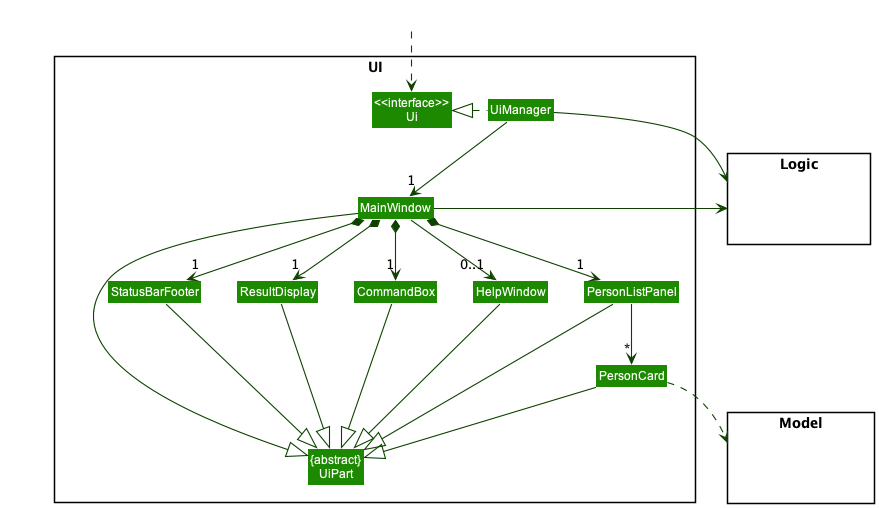
Before: docs/images/UiPhotos/UiClassDiagram.png, a diagram exported from PlantUML (nus-cs2103-AY2122S2/tp).
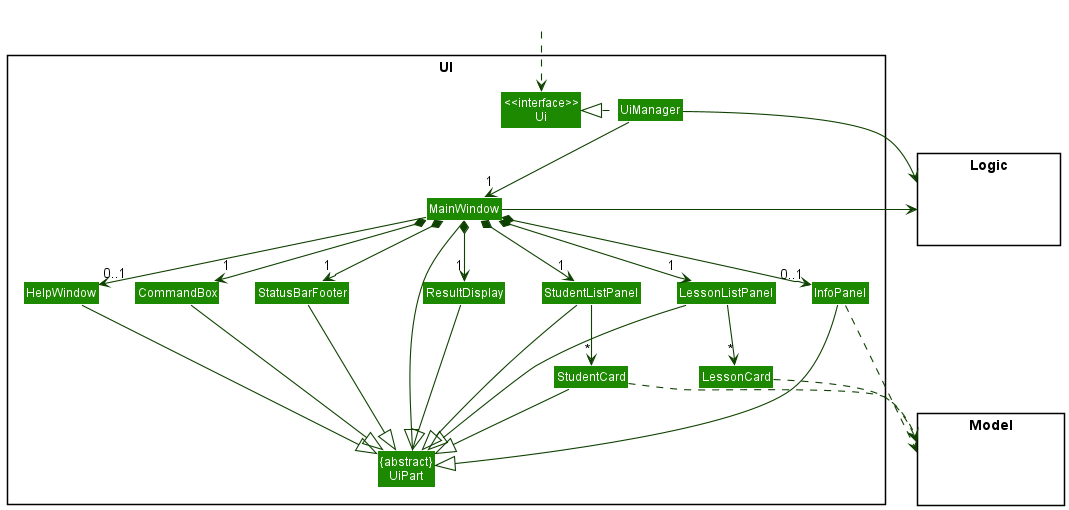
After the commit.

Commit message:
Update DG with new UI design overview Update build.gradle to allow assertions in testing and normal run Update UiClassDiagram.puml with new classes

Diff of the diagram source:
```diff
@@ -11,10 +11,13 @@
 Class MainWindow
 Class HelpWindow
 Class ResultDisplay
-Class PersonListPanel
-Class PersonCard
+Class StudentListPanel
+Class StudentCard
+Class LessonListPanel
+Class LessonCard
 Class StatusBarFooter
 Class CommandBox
+Class InfoPanel
 }
 
 package Model <<Rectangle>> {
@@ -32,29 +35,39 @@
 UiManager -down-> "1" MainWindow
 MainWindow *-down->  "1" CommandBox
 MainWindow *-down-> "1" ResultDisplay
-MainWindow *-down-> "1" PersonListPanel
+MainWindow *-down-> "1" StudentListPanel
+MainWindow *-down-> "1" LessonListPanel
 MainWindow *-down-> "1" StatusBarFooter
 MainWindow --> "0..1" HelpWindow
+MainWindow *-down-> "0..1" InfoPanel
 
-PersonListPanel -down-> "*" PersonCard
+StudentListPanel -down-> "*" StudentCard
+LessonListPanel -down-> "*" LessonCard
+
 
 MainWindow -left-|> UiPart
 
 ResultDisplay --|> UiPart
 CommandBox --|> UiPart
-PersonListPanel --|> UiPart
-PersonCard --|> UiPart
+StudentListPanel --|> UiPart
+LessonListPanel --|> UiPart
+StudentCard --|> UiPart
 StatusBarFooter --|> UiPart
 HelpWindow --|> UiPart
+InfoPanel --|> UiPart
 
-PersonCard ..> Model
+StudentCard ..> Model
+LessonCard ..> Model
+InfoPanel ..> Model
 UiManager -right-> Logic
 MainWindow -left-> Logic
 
-PersonListPanel -[hidden]left- HelpWindow
-HelpWindow -[hidden]left- CommandBox
-CommandBox -[hidden]left- ResultDisplay
-ResultDisplay -[hidden]left- StatusBarFooter
+HelpWindow -[hidden]right- StatusBarFooter
+StatusBarFooter -[hidden]right- ResultDisplay
+ResultDisplay -[hidden]right- CommandBox
+CommandBox -[hidden]right- InfoPanel
+InfoPanel -[hidden]right- StudentListPanel
+StudentListPanel -[hidden]right- LessonListPanel
 
 MainWindow -[hidden]-|> UiPart
 @enduml
```
